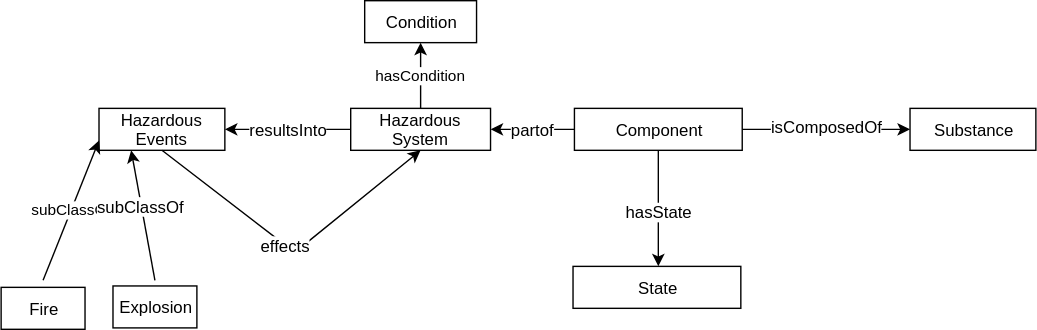
Before: chem_reaction_hazard_svg.svg, a diagram exported from draw.io (Vocamp/Chem-Research-2017). Source tidied: cells renumbered, new cells last; positions are measured from the earlier drawing's top-left corner, leaving out a move shared by most shapes.
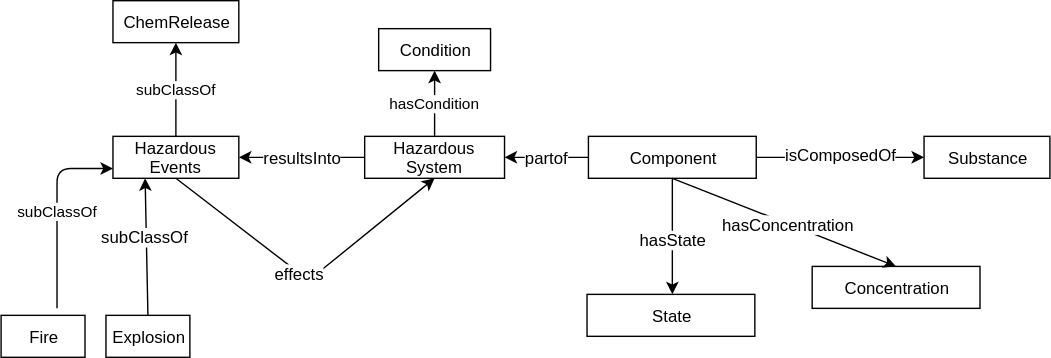
After the commit.

Commit message:
added hazard pattern

Change to the diagram source:
```diff
@@ -71,23 +71,39 @@
       <mxGeometry relative="1" as="geometry" />
     </mxCell>
     <mxCell id="19" value="Explosion" style="rounded=0;whiteSpace=wrap;html=1;" parent="1" vertex="1">
-      <mxGeometry x="80" y="204" width="60" height="30" as="geometry" />
+      <mxGeometry x="65" y="205" width="60" height="30" as="geometry" />
     </mxCell>
     <mxCell id="20" value="Fire" style="rounded=0;whiteSpace=wrap;html=1;" parent="1" vertex="1">
-      <mxGeometry y="205" width="60" height="30" as="geometry" />
+      <mxGeometry x="-10" y="205" width="60" height="30" as="geometry" />
     </mxCell>
     <mxCell id="21" value="subClassOf" style="endArrow=classic;html=1;entryX=0;entryY=0.75;" parent="1" edge="1" target="12">
       <mxGeometry relative="1" as="geometry">
         <mxPoint x="30" y="200" as="sourcePoint" />
+        <Array as="points">
+          <mxPoint x="30" y="100" />
+        </Array>
       </mxGeometry>
     </mxCell>
-    <mxCell id="22" style="endArrow=classic;html=1;entryX=0.25;entryY=1;" parent="1" edge="1" target="12">
-      <mxGeometry relative="1" as="geometry">
-        <mxPoint x="110" y="200" as="sourcePoint" />
-      </mxGeometry>
+    <mxCell id="22" style="endArrow=classic;html=1;entryX=0.25;entryY=1;exitX=0.5;exitY=0;" parent="1" edge="1" source="19" target="12">
+      <mxGeometry relative="1" as="geometry" />
     </mxCell>
     <mxCell id="23" value="&lt;span&gt;subClassOf&lt;/span&gt;" style="text;html=1;align=center;verticalAlign=middle;labelBackgroundColor=#ffffff;" parent="22" vertex="1">
       <mxGeometry x="0.16" y="1" relative="1" as="geometry" />
     </mxCell>
+    <mxCell id="24" value="Concentration" style="rounded=0;whiteSpace=wrap;html=1;" parent="1" vertex="1">
+      <mxGeometry x="570" y="170" width="120" height="30" as="geometry" />
+    </mxCell>
+    <mxCell id="25" style="endArrow=classic;html=1;entryX=0.5;entryY=0;exitX=0.5;exitY=1;" parent="1" edge="1" source="5" target="24">
+      <mxGeometry relative="1" as="geometry" />
+    </mxCell>
+    <mxCell id="26" value="hasConcentration" style="text;html=1;align=center;verticalAlign=middle;labelBackgroundColor=#ffffff;" parent="25" vertex="1">
+      <mxGeometry x="0.04" relative="1" as="geometry" />
+    </mxCell>
+    <mxCell id="27" value="ChemRelease" style="rounded=0;whiteSpace=wrap;html=1;" parent="1" vertex="1">
+      <mxGeometry x="70" y="-20" width="90" height="30" as="geometry" />
+    </mxCell>
+    <mxCell id="28" value="subClassOf" style="endArrow=classic;html=1;exitX=0.5;exitY=0;" parent="1" edge="1" source="12" target="27">
+      <mxGeometry relative="1" as="geometry" />
+    </mxCell>
   </root>
 </mxGraphModel>
```
